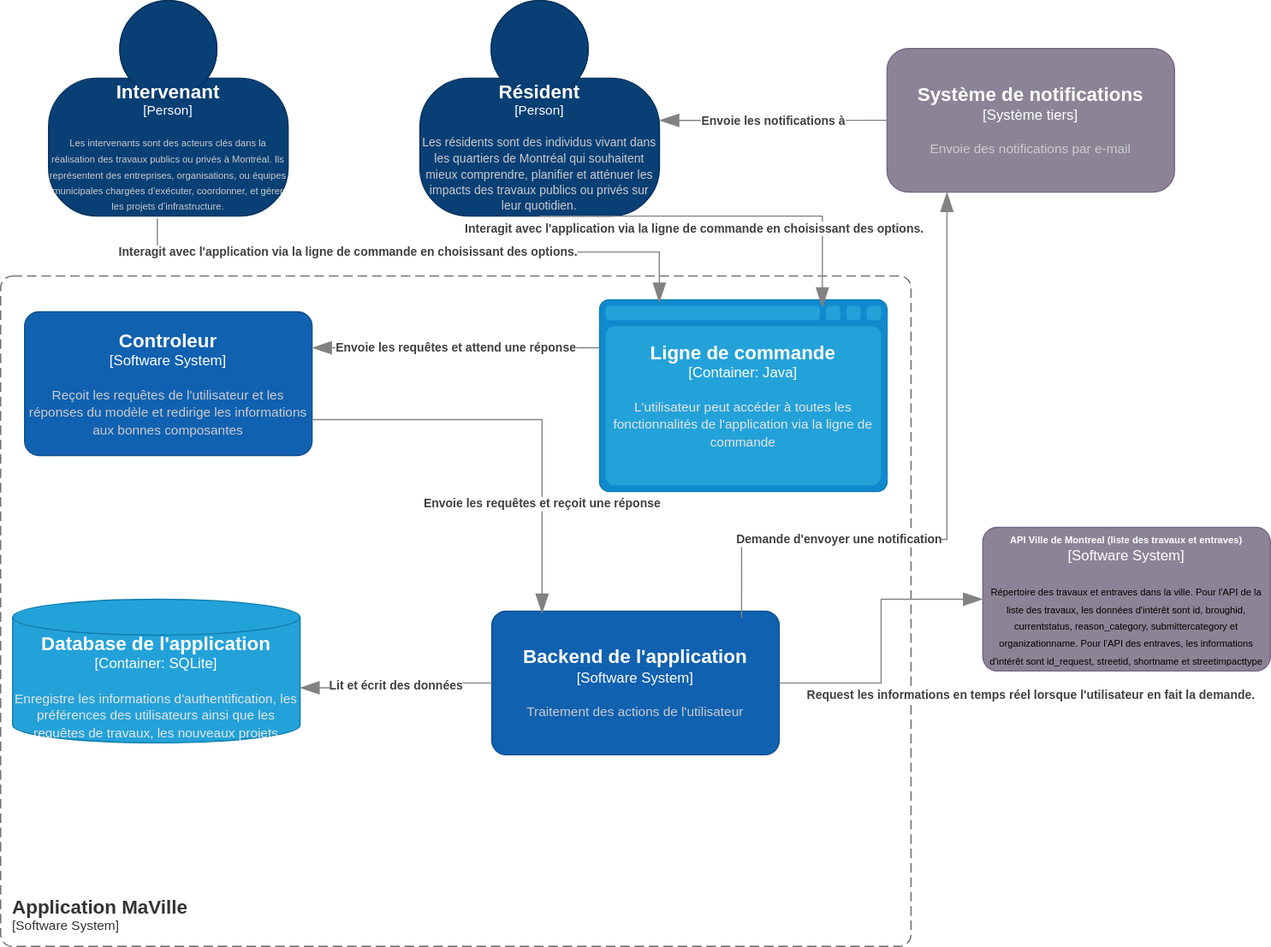
The draw.io diagram Devoir 3/project-files/assets/architecture/niveau 2.svg in karimhozaien/IFT2255-Groupe-18, before a commit. Source tidied: cells renumbered, new cells last; positions are measured from the earlier drawing's top-left corner, leaving out a move shared by most shapes.
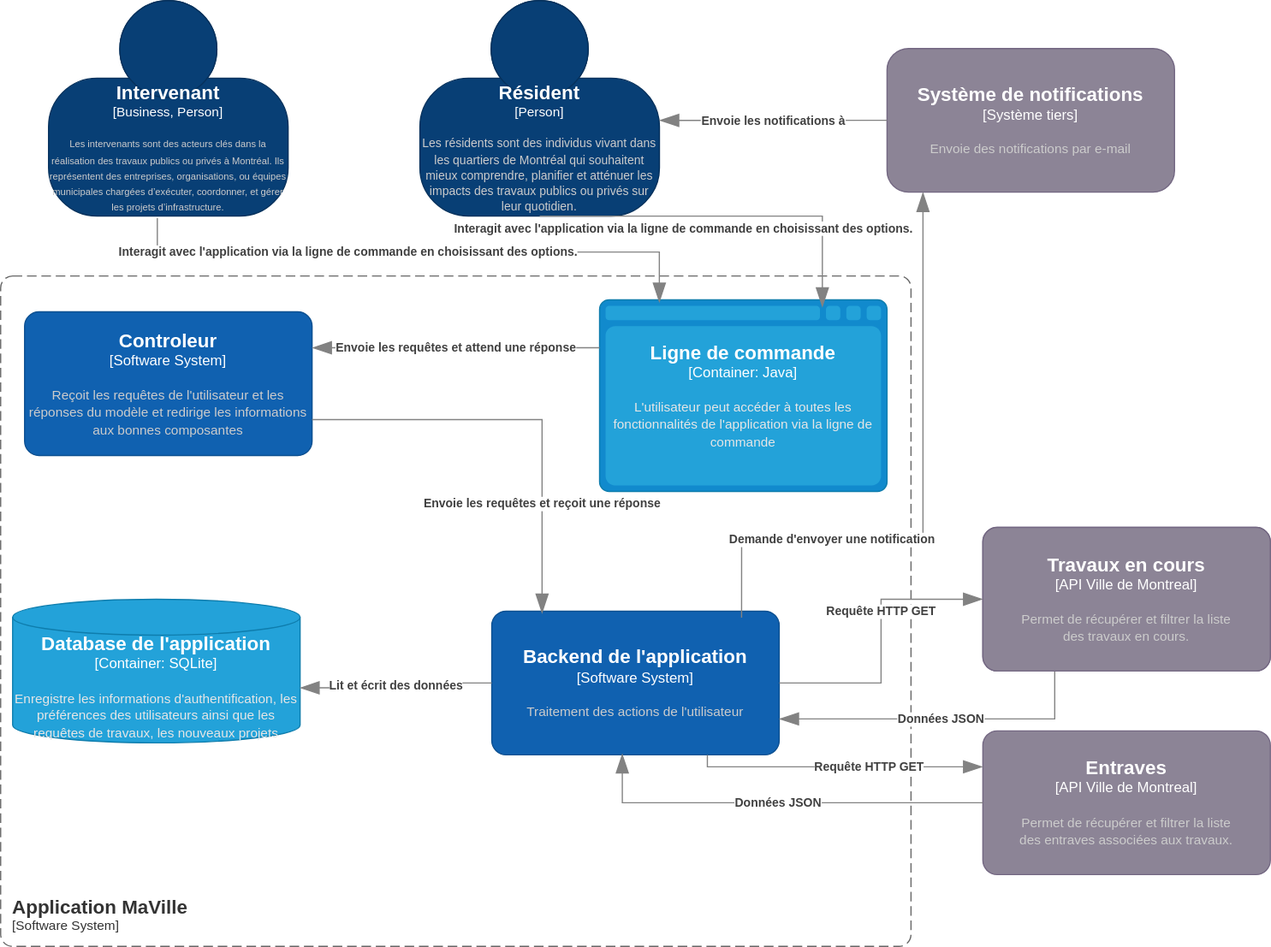
After the change.

Change to the diagram source:
```diff
@@ -2,7 +2,7 @@
   <root>
     <mxCell id="0" />
     <mxCell id="1" parent="0" />
-    <object id="2" label="&lt;font style=&quot;font-size: 16px&quot;&gt;&lt;b&gt;%c4Name%&lt;/b&gt;&lt;/font&gt;&lt;div&gt;[%c4Type%]&lt;/div&gt;&lt;br&gt;&lt;div&gt;&lt;font style=&quot;font-size: 8px&quot;&gt;&lt;font color=&quot;#cccccc&quot;&gt;%c4Description%&lt;/font&gt;&lt;/div&gt;" c4Description="Les intervenants sont des acteurs clés dans la réalisation des travaux publics ou privés à Montréal. Ils représentent des entreprises, organisations, ou équipes municipales chargées d’exécuter, coordonner, et gérer les projets d’infrastructure." c4Name="Intervenant" c4Type="Person" placeholders="1">
+    <object id="2" label="&lt;font style=&quot;font-size: 16px&quot;&gt;&lt;b&gt;%c4Name%&lt;/b&gt;&lt;/font&gt;&lt;div&gt;[%c4Type%]&lt;/div&gt;&lt;br&gt;&lt;div&gt;&lt;font style=&quot;font-size: 8px&quot;&gt;&lt;font color=&quot;#cccccc&quot;&gt;%c4Description%&lt;/font&gt;&lt;/div&gt;" c4Description="Les intervenants sont des acteurs clés dans la réalisation des travaux publics ou privés à Montréal. Ils représentent des entreprises, organisations, ou équipes municipales chargées d’exécuter, coordonner, et gérer les projets d’infrastructure." c4Name="Intervenant" c4Type="Business, Person" placeholders="1">
       <mxCell style="html=1;fontSize=11;dashed=0;whiteSpace=wrap;fillColor=#083F75;strokeColor=#06315C;fontColor=#ffffff;shape=mxgraph.c4.person2;align=center;points=[[0.5,0,0],[1,0.5,0],[1,0.75,0],[0.75,1,0],[0.5,1,0],[0.25,1,0],[0,0.75,0],[0,0.5,0]];" parent="1" vertex="1">
         <mxGeometry x="40" width="200" height="180" as="geometry" />
       </mxCell>
@@ -12,7 +12,7 @@
         <mxGeometry x="350" width="200" height="180" as="geometry" />
       </mxCell>
     </object>
-    <object id="4" label="&lt;font style=&quot;font-size: 8px&quot;&gt;&lt;b&gt;%c4Name%&lt;/b&gt;&lt;/font&gt;&lt;div&gt;[%c4Type%]&lt;/div&gt;&lt;br&gt;&lt;div&gt;&lt;font style=&quot;font-size: 8px&quot;&gt;&lt;font color=&quot;black&quot;&gt;%c4Description%&lt;/font&gt;&lt;/div&gt;" c4Description="Répertoire des travaux et entraves dans la ville. Pour l'API de la liste des travaux, les données d'intérêt sont id, broughid, currentstatus, reason_category, submittercategory et organizationname. Pour l'API des entraves, les informations d'intérêt sont id_request, streetid, shortname et streetimpacttype " c4Name="API Ville de Montreal (liste des travaux et entraves)" c4Type="Software System" placeholders="1">
+    <object id="4" label="&lt;font style=&quot;font-size: 8px&quot;&gt;&lt;b&gt;%c4Name%&lt;/b&gt;&lt;/font&gt;&lt;div&gt;[%c4Type%]&lt;/div&gt;&lt;br&gt;&lt;div&gt;&lt;font style=&quot;font-size: 8px&quot;&gt;&lt;font color=&quot;black&quot;&gt;%c4Description%&lt;/font&gt;&lt;/div&gt;" c4Description="Permet de récupérer et filtrer la liste&#10;des travaux en cours." c4Name="API Ville de Montreal (Travaux en cours)" c4Type="Software System" placeholders="1">
       <mxCell style="rounded=1;whiteSpace=wrap;html=1;labelBackgroundColor=none;fillColor=#8C8496;fontColor=#ffffff;align=center;arcSize=10;strokeColor=#736782;points=[[0.25,0,0],[0.5,0,0],[0.75,0,0],[1,0.25,0],[1,0.5,0],[1,0.75,0],[0.75,1,0],[0.5,1,0],[0.25,1,0],[0,0.75,0],[0,0.5,0],[0,0.25,0]];" parent="1" vertex="1">
         <mxGeometry x="820" y="440" width="240" height="120" as="geometry" />
       </mxCell>
@@ -49,7 +49,7 @@
     </object>
     <object id="11" label="&lt;div style=&quot;text-align: left&quot;&gt;&lt;div style=&quot;text-align: center&quot;&gt;&lt;b&gt;%c4Description%&lt;/b&gt;&lt;/div&gt;" c4Description="Interagit avec l'application via la ligne de commande en choisissant des options." c4Type="Relationship" placeholders="1">
       <mxCell style="endArrow=blockThin;html=1;fontSize=10;fontColor=#404040;strokeWidth=1;endFill=1;strokeColor=#828282;elbow=vertical;endSize=14;startSize=14;jumpStyle=arc;jumpSize=16;rounded=0;edgeStyle=orthogonalEdgeStyle;exitX=0.5;exitY=1;exitDx=0;exitDy=0;exitPerimeter=0;entryX=0.775;entryY=0.038;entryDx=0;entryDy=0;entryPerimeter=0;" parent="1" edge="1" source="3" target="6">
-        <mxGeometry x="-0.17" y="-10" relative="1" as="geometry">
+        <mxGeometry x="-0.23" y="-10" relative="1" as="geometry">
           <Array as="points">
             <mxPoint x="686" y="180" />
           </Array>
@@ -66,11 +66,9 @@
         </mxGeometry>
       </mxCell>
     </object>
-    <object id="13" label="&lt;div style=&quot;text-align: left&quot;&gt;&lt;div style=&quot;text-align: center&quot;&gt;&lt;b&gt;%c4Description%&lt;/b&gt;&lt;/div&gt;" c4Description="Request les informations en temps réel lorsque l'utilisateur en fait la demande." c4Type="Relationship" placeholders="1">
+    <object id="13" label="&lt;div style=&quot;text-align: left&quot;&gt;&lt;div style=&quot;text-align: center&quot;&gt;&lt;b&gt;%c4Description%&lt;/b&gt;&lt;/div&gt;" c4Description="Requête HTTP GET" c4Type="Relationship" placeholders="1">
       <mxCell style="endArrow=blockThin;html=1;fontSize=10;fontColor=#404040;strokeWidth=1;endFill=1;strokeColor=#828282;elbow=vertical;endSize=14;startSize=14;jumpStyle=arc;jumpSize=16;rounded=0;edgeStyle=orthogonalEdgeStyle;entryX=0;entryY=0.5;entryDx=0;entryDy=0;entryPerimeter=0;exitX=1;exitY=0.5;exitDx=0;exitDy=0;exitPerimeter=0;" parent="1" edge="1" source="10" target="4">
-        <mxGeometry x="1" y="-89" relative="1" as="geometry">
-          <mxPoint x="40" y="-9" as="offset" />
-        </mxGeometry>
+        <mxGeometry x="0.21" relative="1" as="geometry" />
       </mxCell>
     </object>
     <object id="14" label="&lt;div style=&quot;text-align: left&quot;&gt;&lt;div style=&quot;text-align: center&quot;&gt;&lt;b&gt;%c4Description%&lt;/b&gt;&lt;/div&gt;" c4Description="Envoie les requêtes et attend une réponse" c4Type="Relationship" placeholders="1">
@@ -88,7 +86,7 @@
         <mxGeometry x="-0.44" relative="1" as="geometry">
           <Array as="points">
             <mxPoint x="619" y="450" />
-            <mxPoint x="790" y="450" />
+            <mxPoint x="770" y="450" />
           </Array>
         </mxGeometry>
       </mxCell>
@@ -103,5 +101,30 @@
         <mxGeometry x="0.48" relative="1" as="geometry" />
       </mxCell>
     </object>
+    <object id="19" label="&lt;div style=&quot;text-align: left&quot;&gt;&lt;div style=&quot;text-align: center&quot;&gt;&lt;b&gt;%c4Description%&lt;/b&gt;&lt;/div&gt;" c4Description="Données JSON" c4Type="Relationship" placeholders="1">
+      <mxCell style="endArrow=blockThin;html=1;fontSize=10;fontColor=#404040;strokeWidth=1;endFill=1;strokeColor=#828282;elbow=vertical;endSize=14;startSize=14;jumpStyle=arc;jumpSize=16;rounded=0;edgeStyle=orthogonalEdgeStyle;exitX=0.25;exitY=1;exitDx=0;exitDy=0;exitPerimeter=0;entryX=1;entryY=0.75;entryDx=0;entryDy=0;entryPerimeter=0;" parent="1" edge="1" source="4" target="10">
+        <mxGeometry relative="1" as="geometry" />
+      </mxCell>
+    </object>
+    <object id="20" label="&lt;font style=&quot;font-size: 16px&quot;&gt;&lt;b&gt;%c4Name%&lt;/b&gt;&lt;/font&gt;&lt;div&gt;[%c4Type%]&lt;/div&gt;&lt;br&gt;&lt;div&gt;&lt;font style=&quot;font-size: 11px&quot;&gt;&lt;font color=&quot;#cccccc&quot;&gt;%c4Description%&lt;/font&gt;&lt;/div&gt;" c4Description="Permet de récupérer et filtrer la liste&#10;des travaux en cours." c4Name="Travaux en cours" c4Type="API Ville de Montreal" placeholders="1">
+      <mxCell style="rounded=1;whiteSpace=wrap;html=1;labelBackgroundColor=none;fillColor=#8C8496;fontColor=#ffffff;align=center;arcSize=10;strokeColor=#736782;" parent="1" vertex="1">
+        <mxGeometry x="820" y="440" width="240" height="120" as="geometry" />
+      </mxCell>
+    </object>
+    <object id="21" label="&lt;font style=&quot;font-size: 16px&quot;&gt;&lt;b&gt;%c4Name%&lt;/b&gt;&lt;/font&gt;&lt;div&gt;[%c4Type%]&lt;/div&gt;&lt;br&gt;&lt;div&gt;&lt;font style=&quot;font-size: 11px&quot;&gt;&lt;font color=&quot;#cccccc&quot;&gt;%c4Description%&lt;/font&gt;&lt;/div&gt;" c4Description="Permet de récupérer et filtrer la liste&#10;des entraves associées aux travaux." c4Name="Entraves" c4Type="API Ville de Montreal" placeholders="1">
+      <mxCell style="rounded=1;whiteSpace=wrap;html=1;labelBackgroundColor=none;fillColor=#8C8496;fontColor=#ffffff;align=center;arcSize=10;strokeColor=#736782;points=[[0.25,0,0],[0.5,0,0],[0.75,0,0],[1,0.25,0],[1,0.5,0],[1,0.75,0],[0.75,1,0],[0.5,1,0],[0.25,1,0],[0,0.75,0],[0,0.5,0],[0,0.25,0]];" parent="1" vertex="1">
+        <mxGeometry x="820" y="610" width="240" height="120" as="geometry" />
+      </mxCell>
+    </object>
+    <object id="22" label="&lt;div style=&quot;text-align: left&quot;&gt;&lt;div style=&quot;text-align: center&quot;&gt;&lt;b&gt;%c4Description%&lt;/b&gt;&lt;/div&gt;" c4Description="Requête HTTP GET" c4Type="Relationship" placeholders="1">
+      <mxCell style="endArrow=blockThin;html=1;fontSize=10;fontColor=#404040;strokeWidth=1;endFill=1;strokeColor=#828282;elbow=vertical;endSize=14;startSize=14;jumpStyle=arc;jumpSize=16;rounded=0;edgeStyle=orthogonalEdgeStyle;entryX=0;entryY=0.25;entryDx=0;entryDy=0;entryPerimeter=0;exitX=0.75;exitY=1;exitDx=0;exitDy=0;exitPerimeter=0;" parent="1" edge="1" source="10" target="21">
+        <mxGeometry x="0.21" relative="1" as="geometry" />
+      </mxCell>
+    </object>
+    <object id="23" label="&lt;div style=&quot;text-align: left&quot;&gt;&lt;div style=&quot;text-align: center&quot;&gt;&lt;b&gt;%c4Description%&lt;/b&gt;&lt;/div&gt;" c4Description="Données JSON" c4Type="Relationship" placeholders="1">
+      <mxCell style="endArrow=blockThin;html=1;fontSize=10;fontColor=#404040;strokeWidth=1;endFill=1;strokeColor=#828282;elbow=vertical;endSize=14;startSize=14;jumpStyle=arc;jumpSize=16;rounded=0;edgeStyle=orthogonalEdgeStyle;entryX=0.454;entryY=0.992;entryDx=0;entryDy=0;entryPerimeter=0;" parent="1" edge="1" source="21" target="10">
+        <mxGeometry relative="1" as="geometry" />
+      </mxCell>
+    </object>
   </root>
 </mxGraphModel>
```
